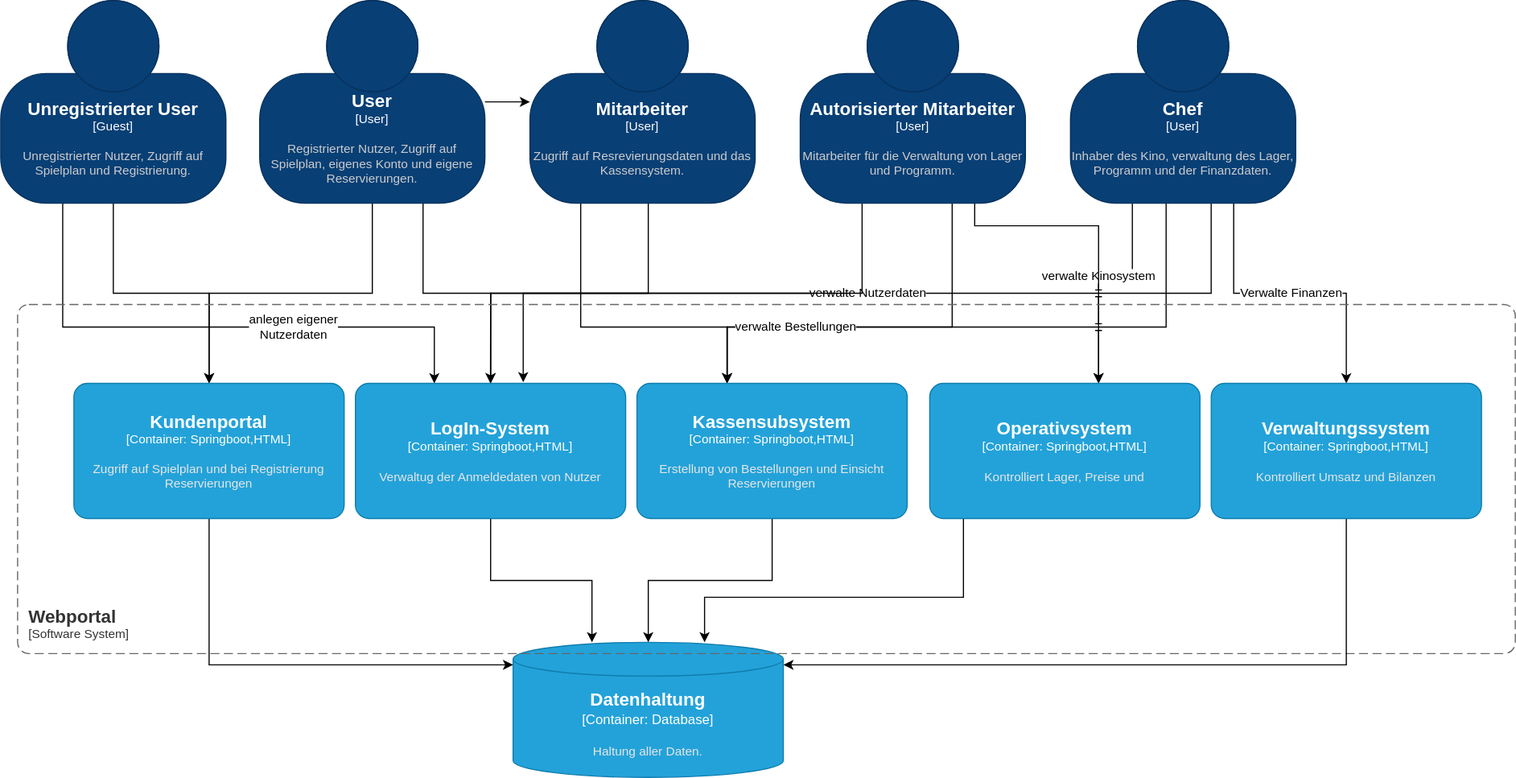
Leonard0108/Anwendungsprogrammierung keeps this draw.io diagram as src/main/asciidoc/models/analysis/Top-Level-Architektur/Top-Level-Architecture_C4_3.svg. Above is the earlier version. Source tidied: cells renumbered, new cells last; positions are measured from the earlier drawing's top-left corner, leaving out a move shared by most shapes.
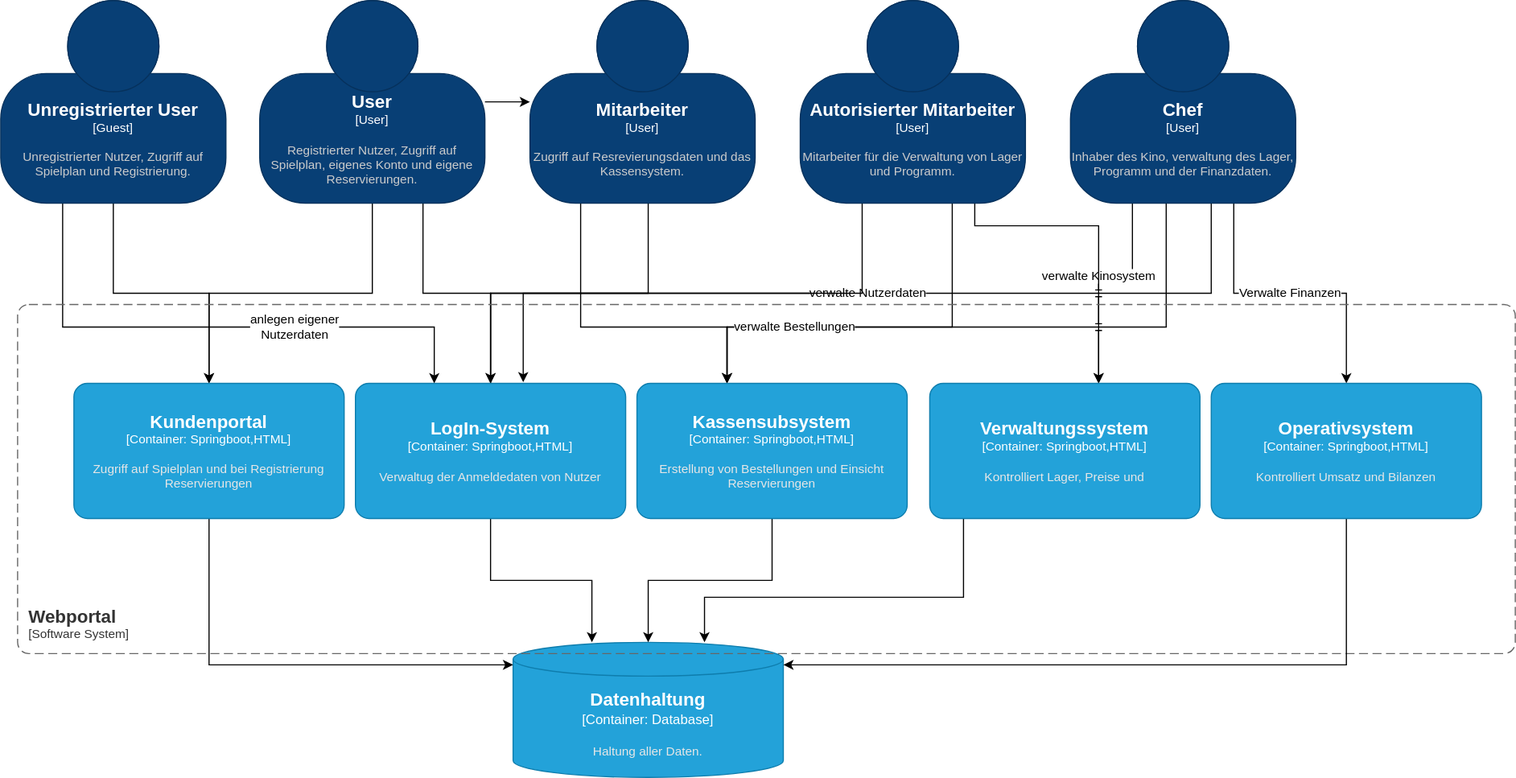
After the commit.

Commit message:
Abschluss Top-Level-Diagramm

What changed in the source:
```diff
@@ -168,7 +168,7 @@
         </Array>
       </mxGeometry>
     </mxCell>
-    <object id="28" label="&lt;font style=&quot;font-size: 16px&quot;&gt;&lt;b&gt;%c4Name%&lt;/b&gt;&lt;/font&gt;&lt;div&gt;[%c4Type%: %c4Technology%]&lt;/div&gt;&lt;br&gt;&lt;div&gt;&lt;font style=&quot;font-size: 11px&quot;&gt;&lt;font color=&quot;#E6E6E6&quot;&gt;%c4Description%&lt;/font&gt;&lt;/div&gt;" c4Description="Kontrolliert Lager, Preise und " c4Name="Operativsystem" c4Technology="Springboot,HTML" c4Type="Container" placeholders="1">
+    <object id="28" label="&lt;font style=&quot;font-size: 16px&quot;&gt;&lt;b&gt;%c4Name%&lt;/b&gt;&lt;/font&gt;&lt;div&gt;[%c4Type%: %c4Technology%]&lt;/div&gt;&lt;br&gt;&lt;div&gt;&lt;font style=&quot;font-size: 11px&quot;&gt;&lt;font color=&quot;#E6E6E6&quot;&gt;%c4Description%&lt;/font&gt;&lt;/div&gt;" c4Description="Kontrolliert Lager, Preise und " c4Name="Verwaltungssystem" c4Technology="Springboot,HTML" c4Type="Container" placeholders="1">
       <mxCell style="rounded=1;whiteSpace=wrap;html=1;fontSize=11;labelBackgroundColor=none;fillColor=#23A2D9;fontColor=#ffffff;align=center;arcSize=10;strokeColor=#0E7DAD;points=[[0.25,0,0],[0.5,0,0],[0.75,0,0],[1,0.25,0],[1,0.5,0],[1,0.75,0],[0.75,1,0],[0.5,1,0],[0.25,1,0],[0,0.75,0],[0,0.5,0],[0,0.25,0]];" parent="1" vertex="1">
         <mxGeometry x="825" y="340" width="240" height="120" as="geometry" />
       </mxCell>
@@ -193,7 +193,7 @@
         </Array>
       </mxGeometry>
     </mxCell>
-    <object id="32" label="&lt;font style=&quot;font-size: 16px&quot;&gt;&lt;b&gt;%c4Name%&lt;/b&gt;&lt;/font&gt;&lt;div&gt;[%c4Type%: %c4Technology%]&lt;/div&gt;&lt;br&gt;&lt;div&gt;&lt;font style=&quot;font-size: 11px&quot;&gt;&lt;font color=&quot;#E6E6E6&quot;&gt;%c4Description%&lt;/font&gt;&lt;/div&gt;" c4Description="Kontrolliert Umsatz und Bilanzen" c4Name="Verwaltungssystem" c4Technology="Springboot,HTML" c4Type="Container" placeholders="1">
+    <object id="32" label="&lt;font style=&quot;font-size: 16px&quot;&gt;&lt;b&gt;%c4Name%&lt;/b&gt;&lt;/font&gt;&lt;div&gt;[%c4Type%: %c4Technology%]&lt;/div&gt;&lt;br&gt;&lt;div&gt;&lt;font style=&quot;font-size: 11px&quot;&gt;&lt;font color=&quot;#E6E6E6&quot;&gt;%c4Description%&lt;/font&gt;&lt;/div&gt;" c4Description="Kontrolliert Umsatz und Bilanzen" c4Name="Operativsystem" c4Technology="Springboot,HTML" c4Type="Container" placeholders="1">
       <mxCell style="rounded=1;whiteSpace=wrap;html=1;fontSize=11;labelBackgroundColor=none;fillColor=#23A2D9;fontColor=#ffffff;align=center;arcSize=10;strokeColor=#0E7DAD;points=[[0.25,0,0],[0.5,0,0],[0.75,0,0],[1,0.25,0],[1,0.5,0],[1,0.75,0],[0.75,1,0],[0.5,1,0],[0.25,1,0],[0,0.75,0],[0,0.5,0],[0,0.25,0]];" parent="1" vertex="1">
         <mxGeometry x="1075" y="340" width="240" height="120" as="geometry" />
       </mxCell>
```
